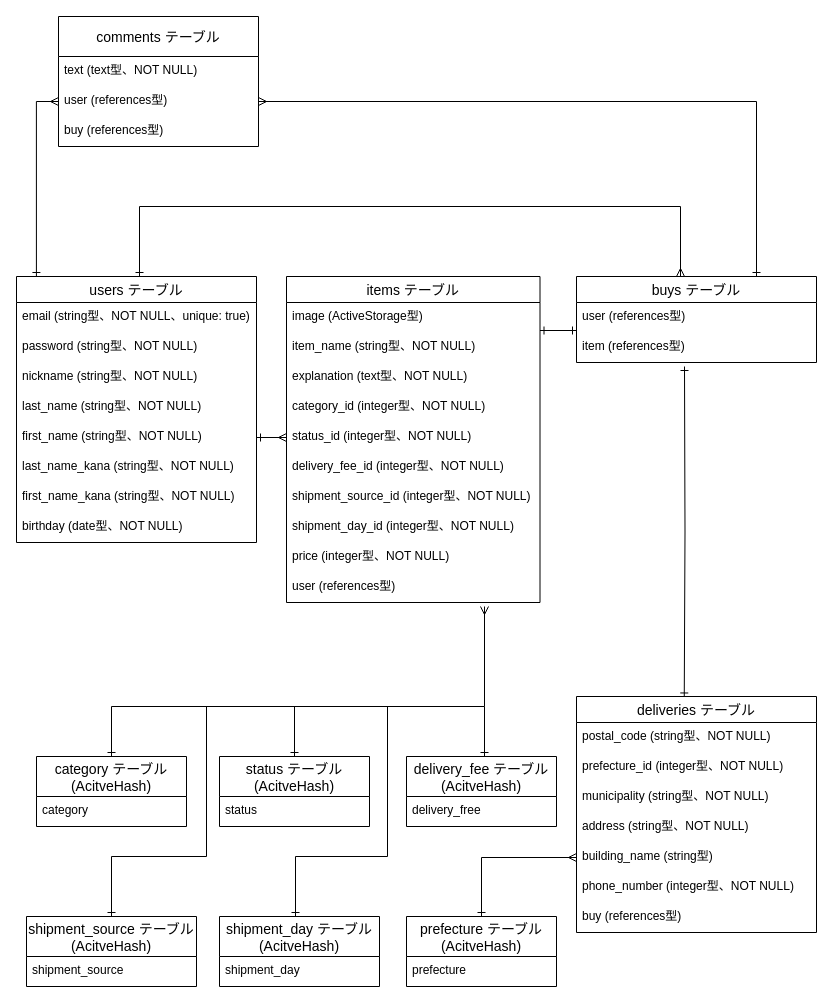
Before: ER_furima-18541.dio in harmonize202/furima-18541, a draw.io diagram. Source tidied: cells renumbered, new cells numbered last; positions are measured from the earlier drawing's top-left corner, leaving out a move shared by most shapes. Both pictures are drawn from the tidied source at 100%, with x=0, y=0 at pixel (16, 16).
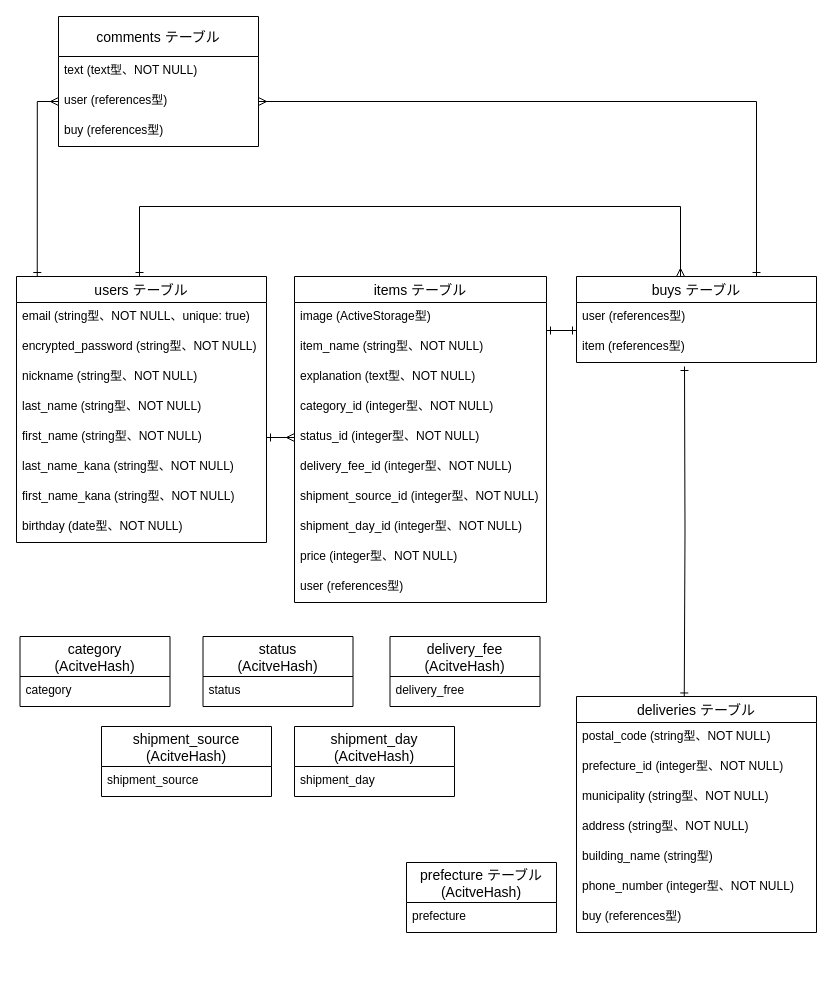
After the change.

Commit message (it also covers changes not shown here):
ER図・テーブル設計図描画(レビュー対応3)

Unchanged cells that the change refers to:
```xml
<mxCell id="32" value="building_name (string型)" style="text;strokeColor=none;fillColor=none;spacingLeft=4;spacingRight=4;overflow=hidden;points=[[0,0.5],[1,0.5]];portConstraint=eastwest;fontSize=12;" parent="27" vertex="1">
  <mxGeometry y="146" width="240" height="30" as="geometry" />
</mxCell>
```

Change to the diagram source:
```diff
@@
     <mxCell id="3" value="users テーブル" style="swimlane;fontStyle=0;horizontal=1;startSize=26;align=center;fontSize=14;" parent="1" vertex="1">
-      <mxGeometry y="260" width="240" height="266" as="geometry" />
+      <mxGeometry y="260" width="250" height="266" as="geometry" />
     </mxCell>
     <mxCell id="4" value="email (string型、NOT NULL、unique: true)" style="text;strokeColor=none;fillColor=none;spacingLeft=4;spacingRight=4;overflow=hidden;fontSize=12;" parent="3" vertex="1">
-      <mxGeometry y="26" width="240" height="30" as="geometry" />
+      <mxGeometry y="26" width="250" height="30" as="geometry" />
     </mxCell>
-    <mxCell id="5" value="password (string型、NOT NULL)" style="text;strokeColor=none;fillColor=none;spacingLeft=4;spacingRight=4;overflow=hidden;fontSize=12;" parent="3" vertex="1">
-      <mxGeometry y="56" width="240" height="30" as="geometry" />
+    <mxCell id="5" value="encrypted_password (string型、NOT NULL)" style="text;strokeColor=none;fillColor=none;spacingLeft=4;spacingRight=4;overflow=hidden;fontSize=12;" parent="3" vertex="1">
+      <mxGeometry y="56" width="250" height="30" as="geometry" />
     </mxCell>
     <mxCell id="6" value="nickname (string型、NOT NULL)" style="text;strokeColor=none;fillColor=none;spacingLeft=4;spacingRight=4;overflow=hidden;fontSize=12;" parent="3" vertex="1">
-      <mxGeometry y="86" width="240" height="30" as="geometry" />
+      <mxGeometry y="86" width="250" height="30" as="geometry" />
     </mxCell>
     <mxCell id="7" value="last_name (string型、NOT NULL)" style="text;strokeColor=none;fillColor=none;spacingLeft=4;spacingRight=4;overflow=hidden;fontSize=12;" parent="3" vertex="1">
-      <mxGeometry y="116" width="240" height="30" as="geometry" />
+      <mxGeometry y="116" width="250" height="30" as="geometry" />
     </mxCell>
     <mxCell id="8" value="first_name (string型、NOT NULL)" style="text;strokeColor=none;fillColor=none;spacingLeft=4;spacingRight=4;overflow=hidden;points=[[0,0.5],[1,0.5]];portConstraint=eastwest;fontSize=12;" parent="3" vertex="1">
-      <mxGeometry y="146" width="240" height="30" as="geometry" />
+      <mxGeometry y="146" width="250" height="30" as="geometry" />
     </mxCell>
     <mxCell id="9" value="last_name_kana (string型、NOT NULL)" style="text;strokeColor=none;fillColor=none;spacingLeft=4;spacingRight=4;overflow=hidden;fontSize=12;" parent="3" vertex="1">
-      <mxGeometry y="176" width="240" height="30" as="geometry" />
+      <mxGeometry y="176" width="250" height="30" as="geometry" />
     </mxCell>
     <mxCell id="10" value="first_name_kana (string型、NOT NULL)" style="text;strokeColor=none;fillColor=none;spacingLeft=4;spacingRight=4;overflow=hidden;fontSize=12;" parent="3" vertex="1">
-      <mxGeometry y="206" width="240" height="30" as="geometry" />
+      <mxGeometry y="206" width="250" height="30" as="geometry" />
     </mxCell>
     <mxCell id="11" value="birthday (date型、NOT NULL)" style="text;strokeColor=none;fillColor=none;spacingLeft=4;spacingRight=4;overflow=hidden;fontSize=12;" parent="3" vertex="1">
-      <mxGeometry y="236" width="240" height="30" as="geometry" />
+      <mxGeometry y="236" width="250" height="30" as="geometry" />
     </mxCell>
     <mxCell id="12" value="items テーブル" style="swimlane;fontStyle=0;horizontal=1;startSize=26;align=center;fontSize=14;" parent="1" vertex="1">
-      <mxGeometry x="270" y="260" width="253.5" height="326" as="geometry" />
+      <mxGeometry x="278" y="260" width="252" height="326" as="geometry" />
     </mxCell>
     <mxCell id="13" value="image (ActiveStorage型)" style="text;strokeColor=none;fillColor=none;spacingLeft=4;spacingRight=4;overflow=hidden;fontSize=12;" parent="12" vertex="1">
-      <mxGeometry y="26" width="253.5" height="30" as="geometry" />
+      <mxGeometry y="26" width="252" height="30" as="geometry" />
     </mxCell>
     <mxCell id="14" value="item_name (string型、NOT NULL)" style="text;strokeColor=none;fillColor=none;spacingLeft=4;spacingRight=4;overflow=hidden;fontSize=12;" parent="12" vertex="1">
-      <mxGeometry y="56" width="253.5" height="30" as="geometry" />
+      <mxGeometry y="56" width="252" height="30" as="geometry" />
     </mxCell>
     <mxCell id="15" value="explanation (text型、NOT NULL)" style="text;strokeColor=none;fillColor=none;spacingLeft=4;spacingRight=4;overflow=hidden;fontSize=12;" parent="12" vertex="1">
-      <mxGeometry y="86" width="253.5" height="30" as="geometry" />
+      <mxGeometry y="86" width="252" height="30" as="geometry" />
     </mxCell>
     <mxCell id="16" value="category_id (integer型、NOT NULL)" style="text;strokeColor=none;fillColor=none;spacingLeft=4;spacingRight=4;overflow=hidden;fontSize=12;" parent="12" vertex="1">
-      <mxGeometry y="116" width="253.5" height="30" as="geometry" />
+      <mxGeometry y="116" width="252" height="30" as="geometry" />
     </mxCell>
     <mxCell id="17" value="status_id (integer型、NOT NULL)" style="text;strokeColor=none;fillColor=none;spacingLeft=4;spacingRight=4;overflow=hidden;points=[[0,0.5],[1,0.5]];portConstraint=eastwest;fontSize=12;" parent="12" vertex="1">
-      <mxGeometry y="146" width="253.5" height="30" as="geometry" />
+      <mxGeometry y="146" width="252" height="30" as="geometry" />
     </mxCell>
     <mxCell id="18" value="delivery_fee_id (integer型、NOT NULL)" style="text;strokeColor=none;fillColor=none;spacingLeft=4;spacingRight=4;overflow=hidden;fontSize=12;" parent="12" vertex="1">
-      <mxGeometry y="176" width="253.5" height="30" as="geometry" />
+      <mxGeometry y="176" width="252" height="30" as="geometry" />
     </mxCell>
     <mxCell id="19" value="shipment_source_id (integer型、NOT NULL)" style="text;strokeColor=none;fillColor=none;spacingLeft=4;spacingRight=4;overflow=hidden;fontSize=12;" parent="12" vertex="1">
-      <mxGeometry y="206" width="253.5" height="30" as="geometry" />
+      <mxGeometry y="206" width="252" height="30" as="geometry" />
     </mxCell>
     <mxCell id="20" value="shipment_day_id (integer型、NOT NULL)" style="text;strokeColor=none;fillColor=none;spacingLeft=4;spacingRight=4;overflow=hidden;fontSize=12;" parent="12" vertex="1">
-      <mxGeometry y="236" width="253.5" height="30" as="geometry" />
+      <mxGeometry y="236" width="252" height="30" as="geometry" />
     </mxCell>
     <mxCell id="21" value="price (integer型、NOT NULL)" style="text;strokeColor=none;fillColor=none;spacingLeft=4;spacingRight=4;overflow=hidden;fontSize=12;" parent="12" vertex="1">
-      <mxGeometry y="266" width="253.5" height="30" as="geometry" />
+      <mxGeometry y="266" width="252" height="30" as="geometry" />
     </mxCell>
     <mxCell id="22" value="user (references型)" style="text;strokeColor=none;fillColor=none;spacingLeft=4;spacingRight=4;overflow=hidden;fontSize=12;" parent="12" vertex="1">
-      <mxGeometry y="296" width="253.5" height="30" as="geometry" />
+      <mxGeometry y="296" width="252" height="30" as="geometry" />
     </mxCell>
@@
-    <mxCell id="35" style="edgeStyle=none;rounded=0;jettySize=auto;html=1;exitX=0.5;exitY=0;exitDx=0;exitDy=0;startArrow=ERone;startFill=0;endArrow=ERmany;endFill=0;" parent="1" edge="1" source="36">
-      <mxGeometry relative="1" as="geometry">
-        <mxPoint x="468" y="590" as="targetPoint" />
-        <Array as="points">
-          <mxPoint x="95" y="690" />
-          <mxPoint x="468" y="690" />
-        </Array>
-      </mxGeometry>
-    </mxCell>
-    <mxCell id="36" value="category テーブル&#10;(AcitveHash)" style="swimlane;fontStyle=0;horizontal=1;startSize=40;align=center;fontSize=14;" parent="1" vertex="1">
-      <mxGeometry x="20" y="740" width="150" height="70" as="geometry" />
+    <mxCell id="36" value="category&#10;(AcitveHash)" style="swimlane;fontStyle=0;horizontal=1;startSize=40;align=center;fontSize=14;" parent="1" vertex="1">
+      <mxGeometry x="3.5" y="620" width="150" height="70" as="geometry" />
     </mxCell>
@@
-    <mxCell id="38" style="edgeStyle=none;rounded=0;jettySize=auto;html=1;exitX=0.5;exitY=0;exitDx=0;exitDy=0;startArrow=ERone;startFill=0;endArrow=none;endFill=0;" parent="1" edge="1" source="39">
-      <mxGeometry relative="1" as="geometry">
-        <mxPoint x="278" y="690" as="targetPoint" />
-      </mxGeometry>
-    </mxCell>
-    <mxCell id="39" value="status テーブル&#10;(AcitveHash)" style="swimlane;fontStyle=0;horizontal=1;startSize=40;align=center;fontSize=14;" parent="1" vertex="1">
-      <mxGeometry x="203" y="740" width="150" height="70" as="geometry" />
+    <mxCell id="39" value="status&#10;(AcitveHash)" style="swimlane;fontStyle=0;horizontal=1;startSize=40;align=center;fontSize=14;" parent="1" vertex="1">
+      <mxGeometry x="186.5" y="620" width="150" height="70" as="geometry" />
     </mxCell>
@@
-    <mxCell id="41" style="edgeStyle=orthogonalEdgeStyle;rounded=0;orthogonalLoop=1;jettySize=auto;html=1;startArrow=ERone;startFill=0;endArrow=none;endFill=0;" parent="1" edge="1">
-      <mxGeometry relative="1" as="geometry">
-        <mxPoint x="468" y="740" as="sourcePoint" />
-        <mxPoint x="468" y="690" as="targetPoint" />
-      </mxGeometry>
-    </mxCell>
-    <mxCell id="42" value="delivery_fee テーブル&#10;(AcitveHash)" style="swimlane;fontStyle=0;horizontal=1;startSize=40;align=center;fontSize=14;" parent="1" vertex="1">
-      <mxGeometry x="390" y="740" width="150" height="70" as="geometry" />
+    <mxCell id="42" value="delivery_fee&#10;(AcitveHash)" style="swimlane;fontStyle=0;horizontal=1;startSize=40;align=center;fontSize=14;" parent="1" vertex="1">
+      <mxGeometry x="373.5" y="620" width="150" height="70" as="geometry" />
     </mxCell>
@@
-    <mxCell id="44" style="edgeStyle=none;rounded=0;jettySize=auto;html=1;exitX=0.5;exitY=0;exitDx=0;exitDy=0;startArrow=ERone;startFill=0;endArrow=none;endFill=0;" parent="1" edge="1" source="45">
-      <mxGeometry relative="1" as="geometry">
-        <mxPoint x="190" y="690" as="targetPoint" />
-        <Array as="points">
-          <mxPoint x="95" y="840" />
-          <mxPoint x="190" y="840" />
-        </Array>
-      </mxGeometry>
-    </mxCell>
-    <mxCell id="45" value="shipment_source テーブル&#10;(AcitveHash)" style="swimlane;fontStyle=0;horizontal=1;startSize=40;align=center;fontSize=14;" parent="1" vertex="1">
-      <mxGeometry x="10" y="900" width="170" height="70" as="geometry" />
+    <mxCell id="45" value="shipment_source&#10;(AcitveHash)" style="swimlane;fontStyle=0;horizontal=1;startSize=40;align=center;fontSize=14;" parent="1" vertex="1">
+      <mxGeometry x="85" y="710" width="170" height="70" as="geometry" />
     </mxCell>
@@
-    <mxCell id="47" style="edgeStyle=none;rounded=0;orthogonalLoop=1;jettySize=auto;html=1;startArrow=ERone;startFill=0;endArrow=none;endFill=0;" parent="1" edge="1">
-      <mxGeometry relative="1" as="geometry">
-        <mxPoint x="279" y="900" as="sourcePoint" />
-        <mxPoint x="371" y="690" as="targetPoint" />
-        <Array as="points">
-          <mxPoint x="279" y="840" />
-          <mxPoint x="371" y="840" />
-        </Array>
-      </mxGeometry>
-    </mxCell>
@@
-    <mxCell id="49" style="edgeStyle=none;rounded=0;jettySize=auto;html=1;exitX=0.5;exitY=0;exitDx=0;exitDy=0;entryX=0;entryY=0.5;entryDx=0;entryDy=0;startArrow=ERone;startFill=0;endArrow=ERmany;endFill=0;" parent="1" edge="1" source="59" target="32">
-      <mxGeometry relative="1" as="geometry">
-        <Array as="points">
-          <mxPoint x="465" y="841" />
-        </Array>
-      </mxGeometry>
-    </mxCell>
-    <mxCell id="50" value="shipment_day テーブル&#10;(AcitveHash)" style="swimlane;fontStyle=0;horizontal=1;startSize=40;align=center;fontSize=14;" parent="1" vertex="1">
-      <mxGeometry x="203" y="900" width="160" height="70" as="geometry" />
+    <mxCell id="50" value="shipment_day&#10;(AcitveHash)" style="swimlane;fontStyle=0;horizontal=1;startSize=40;align=center;fontSize=14;" parent="1" vertex="1">
+      <mxGeometry x="278" y="710" width="160" height="70" as="geometry" />
     </mxCell>
@@
-    <mxCell id="58" style="edgeStyle=orthogonalEdgeStyle;rounded=0;orthogonalLoop=1;jettySize=auto;html=1;exitX=1;exitY=0.5;exitDx=0;exitDy=0;entryX=0;entryY=0.5;entryDx=0;entryDy=0;startArrow=ERone;startFill=0;endArrow=ERone;endFill=0;" parent="1" edge="1">
+    <mxCell id="58" style="edgeStyle=orthogonalEdgeStyle;rounded=0;orthogonalLoop=1;jettySize=auto;html=1;entryX=0;entryY=0.5;entryDx=0;entryDy=0;startArrow=ERone;startFill=0;endArrow=ERone;endFill=0;" parent="1" edge="1">
       <mxGeometry relative="1" as="geometry">
-        <mxPoint x="523.5" y="314" as="sourcePoint" />
+        <mxPoint x="530" y="314" as="sourcePoint" />
         <mxPoint x="560" y="314" as="targetPoint" />
       </mxGeometry>
     </mxCell>
     <mxCell id="59" value="prefecture テーブル&#10;(AcitveHash)" style="swimlane;fontStyle=0;horizontal=1;startSize=40;align=center;fontSize=14;" parent="1" vertex="1">
-      <mxGeometry x="390" y="900" width="150" height="70" as="geometry" />
+      <mxGeometry x="390" y="846" width="150" height="70" as="geometry" />
     </mxCell>
```
